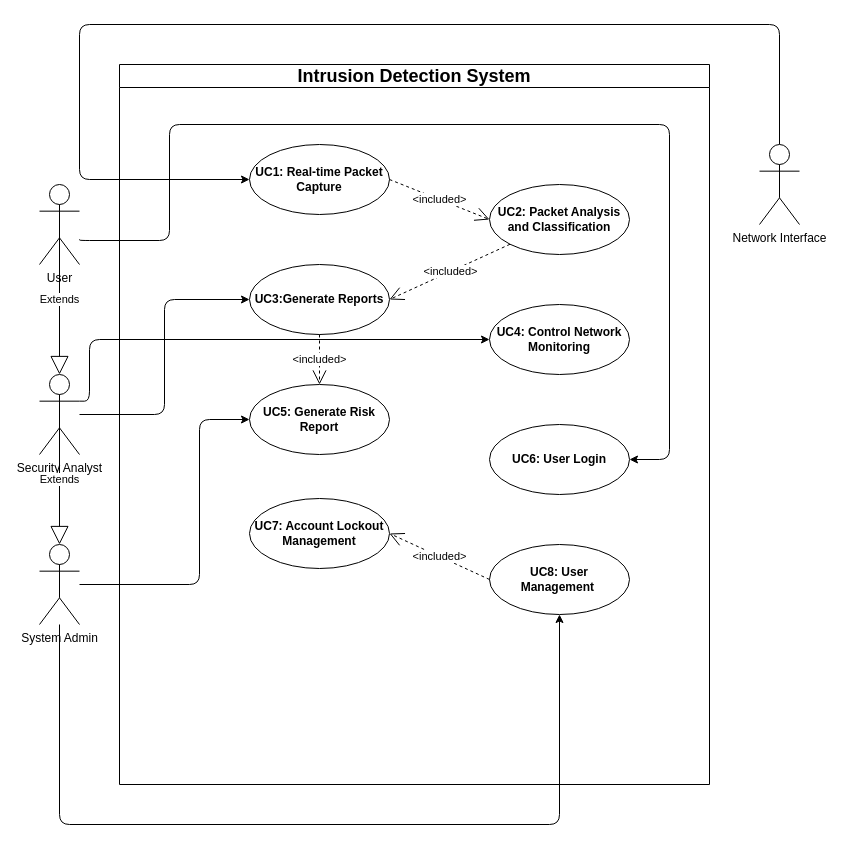
Earlier version of the draw.io diagram docs/diagrams/IDS_USECASE.drawio (NatiG7/simple_intrusion_handling_system). Source tidied: cells renumbered, new cells numbered last; positions are measured from the earlier drawing's top-left corner, leaving out a move shared by most shapes. Both pictures are drawn from the tidied source at 100%, with x=0, y=0 at pixel (39, 24).
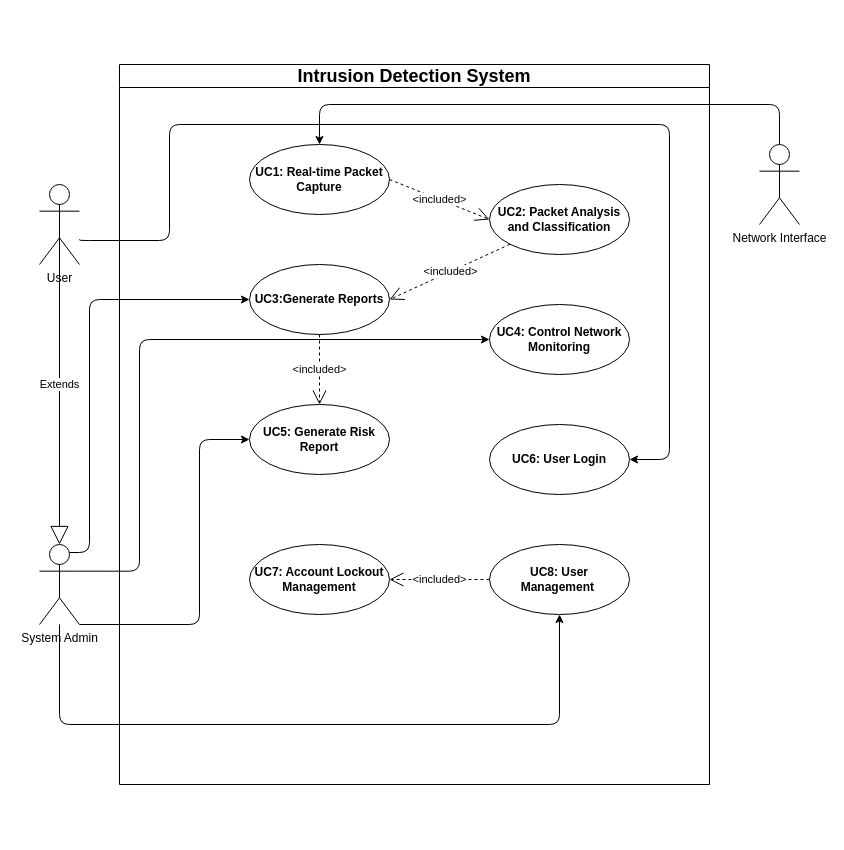
Above is the later version.

The change refers to these unchanged cells:
```xml
<mxCell id="2" value="Intrusion Detection System" style="swimlane;whiteSpace=wrap;html=1;startSize=23;fontSize=18;" parent="1" vertex="1">
  <mxGeometry x="80" y="40" width="590" height="720" as="geometry" />
</mxCell>
<mxCell id="3" value="UC1: Real-time Packet Capture" style="ellipse;whiteSpace=wrap;html=1;fontStyle=1;" parent="2" vertex="1">
  <mxGeometry x="130" y="80" width="140" height="70" as="geometry" />
</mxCell>
<mxCell id="5" value="&lt;span&gt;UC3:Generate Reports&lt;/span&gt;" style="ellipse;whiteSpace=wrap;html=1;fontStyle=1;" parent="2" vertex="1">
  <mxGeometry x="130" y="200" width="140" height="70" as="geometry" />
</mxCell>
<mxCell id="6" value="UC4: Control Network Monitoring" style="ellipse;whiteSpace=wrap;html=1;fontStyle=1;" parent="2" vertex="1">
  <mxGeometry x="370" y="240" width="140" height="70" as="geometry" />
</mxCell>
<mxCell id="10" value="UC8: User Management&amp;nbsp;" style="ellipse;whiteSpace=wrap;html=1;fontStyle=1;" parent="2" vertex="1">
  <mxGeometry x="370" y="480" width="140" height="70" as="geometry" />
</mxCell>
<mxCell id="18" value="User" style="shape=umlActor;verticalLabelPosition=bottom;verticalAlign=top;html=1;outlineConnect=0;" parent="1" vertex="1">
  <mxGeometry y="160" width="40" height="80" as="geometry" />
</mxCell>
<mxCell id="21" value="System Admin" style="shape=umlActor;verticalLabelPosition=bottom;verticalAlign=top;html=1;outlineConnect=0;" parent="1" vertex="1">
  <mxGeometry y="520" width="40" height="80" as="geometry" />
</mxCell>
<mxCell id="23" value="Network Interface" style="shape=umlActor;verticalLabelPosition=bottom;verticalAlign=top;html=1;outlineConnect=0;" parent="1" vertex="1">
  <mxGeometry x="720" y="120" width="40" height="80" as="geometry" />
</mxCell>
```

Diff of the diagram source:
```diff
@@
     <mxCell id="7" value="UC5: Generate Risk Report" style="ellipse;whiteSpace=wrap;html=1;fontStyle=1;" parent="2" vertex="1">
-      <mxGeometry x="130" y="320" width="140" height="70" as="geometry" />
+      <mxGeometry x="130" y="340" width="140" height="70" as="geometry" />
     </mxCell>
@@
     <mxCell id="9" value="UC7: Account Lockout Management" style="ellipse;whiteSpace=wrap;html=1;fontStyle=1;" parent="2" vertex="1">
-      <mxGeometry x="130" y="434" width="140" height="70" as="geometry" />
+      <mxGeometry x="130" y="480" width="140" height="70" as="geometry" />
     </mxCell>
@@
-    <mxCell id="16" style="edgeStyle=orthogonalEdgeStyle;html=1;entryX=0;entryY=0.5;entryDx=0;entryDy=0;" parent="1" edge="1" source="17" target="5">
-      <mxGeometry relative="1" as="geometry" />
+    <mxCell id="16" style="edgeStyle=orthogonalEdgeStyle;html=1;entryX=0;entryY=0.5;entryDx=0;entryDy=0;exitX=0.75;exitY=0.1;exitDx=0;exitDy=0;exitPerimeter=0;" parent="1" edge="1" source="21" target="5">
+      <mxGeometry relative="1" as="geometry">
+        <Array as="points">
+          <mxPoint x="50" y="528" />
+          <mxPoint x="50" y="275" />
+        </Array>
+      </mxGeometry>
     </mxCell>
-    <mxCell id="17" value="Security Analyst" style="shape=umlActor;verticalLabelPosition=bottom;verticalAlign=top;html=1;outlineConnect=0;" parent="1" vertex="1">
-      <mxGeometry y="350" width="40" height="80" as="geometry" />
-    </mxCell>
@@
     <mxCell id="19" style="edgeStyle=orthogonalEdgeStyle;html=1;entryX=0.5;entryY=1;entryDx=0;entryDy=0;" parent="1" edge="1" source="21" target="10">
       <mxGeometry relative="1" as="geometry">
         <Array as="points">
-          <mxPoint x="20" y="800" />
-          <mxPoint x="520" y="800" />
+          <mxPoint x="20" y="700" />
+          <mxPoint x="520" y="700" />
         </Array>
       </mxGeometry>
     </mxCell>
-    <mxCell id="20" style="edgeStyle=orthogonalEdgeStyle;html=1;entryX=0;entryY=0.5;entryDx=0;entryDy=0;" parent="1" edge="1" source="21" target="7">
+    <mxCell id="20" style="edgeStyle=orthogonalEdgeStyle;html=1;entryX=0;entryY=0.5;entryDx=0;entryDy=0;exitX=1;exitY=1;exitDx=0;exitDy=0;exitPerimeter=0;" parent="1" edge="1" source="21" target="7">
       <mxGeometry relative="1" as="geometry">
         <Array as="points">
-          <mxPoint x="160" y="560" />
-          <mxPoint x="160" y="395" />
+          <mxPoint x="160" y="600" />
+          <mxPoint x="160" y="415" />
         </Array>
       </mxGeometry>
     </mxCell>
@@
-    <mxCell id="22" style="edgeStyle=orthogonalEdgeStyle;html=1;entryX=0;entryY=0.5;entryDx=0;entryDy=0;" parent="1" edge="1" source="23" target="3">
+    <mxCell id="22" style="edgeStyle=orthogonalEdgeStyle;html=1;entryX=0.5;entryY=0;entryDx=0;entryDy=0;" parent="1" edge="1" source="23" target="3">
       <mxGeometry relative="1" as="geometry">
         <Array as="points">
-          <mxPoint x="740" />
-          <mxPoint x="40" />
-          <mxPoint x="40" y="155" />
+          <mxPoint x="740" y="80" />
+          <mxPoint x="280" y="80" />
         </Array>
       </mxGeometry>
     </mxCell>
@@
-    <mxCell id="24" value="Extends" style="endArrow=block;endSize=16;endFill=0;html=1;exitX=0.5;exitY=0.5;exitDx=0;exitDy=0;exitPerimeter=0;entryX=0.5;entryY=0;entryDx=0;entryDy=0;entryPerimeter=0;" parent="1" edge="1" source="18" target="17">
+    <mxCell id="24" value="Extends" style="endArrow=block;endSize=16;endFill=0;html=1;exitX=0.5;exitY=0.5;exitDx=0;exitDy=0;exitPerimeter=0;entryX=0.5;entryY=0;entryDx=0;entryDy=0;entryPerimeter=0;" parent="1" edge="1" source="18" target="21">
       <mxGeometry relative="1" as="geometry" />
     </mxCell>
-    <mxCell id="25" value="Extends" style="endArrow=block;endSize=16;endFill=0;html=1;exitX=0.5;exitY=0.5;exitDx=0;exitDy=0;exitPerimeter=0;entryX=0.5;entryY=0;entryDx=0;entryDy=0;entryPerimeter=0;" parent="1" edge="1" source="17" target="21">
-      <mxGeometry relative="1" as="geometry" />
-    </mxCell>
-    <mxCell id="26" style="edgeStyle=orthogonalEdgeStyle;html=1;entryX=0;entryY=0.5;entryDx=0;entryDy=0;exitX=1;exitY=0.3333333333333333;exitDx=0;exitDy=0;exitPerimeter=0;" parent="1" edge="1" source="17" target="6">
+    <mxCell id="26" style="edgeStyle=orthogonalEdgeStyle;html=1;entryX=0;entryY=0.5;entryDx=0;entryDy=0;exitX=1;exitY=0.3333333333333333;exitDx=0;exitDy=0;exitPerimeter=0;" parent="1" edge="1" source="21" target="6">
       <mxGeometry relative="1" as="geometry">
         <Array as="points">
-          <mxPoint x="50" y="377" />
-          <mxPoint x="50" y="315" />
+          <mxPoint x="100" y="547" />
+          <mxPoint x="100" y="315" />
         </Array>
       </mxGeometry>
     </mxCell>
```
